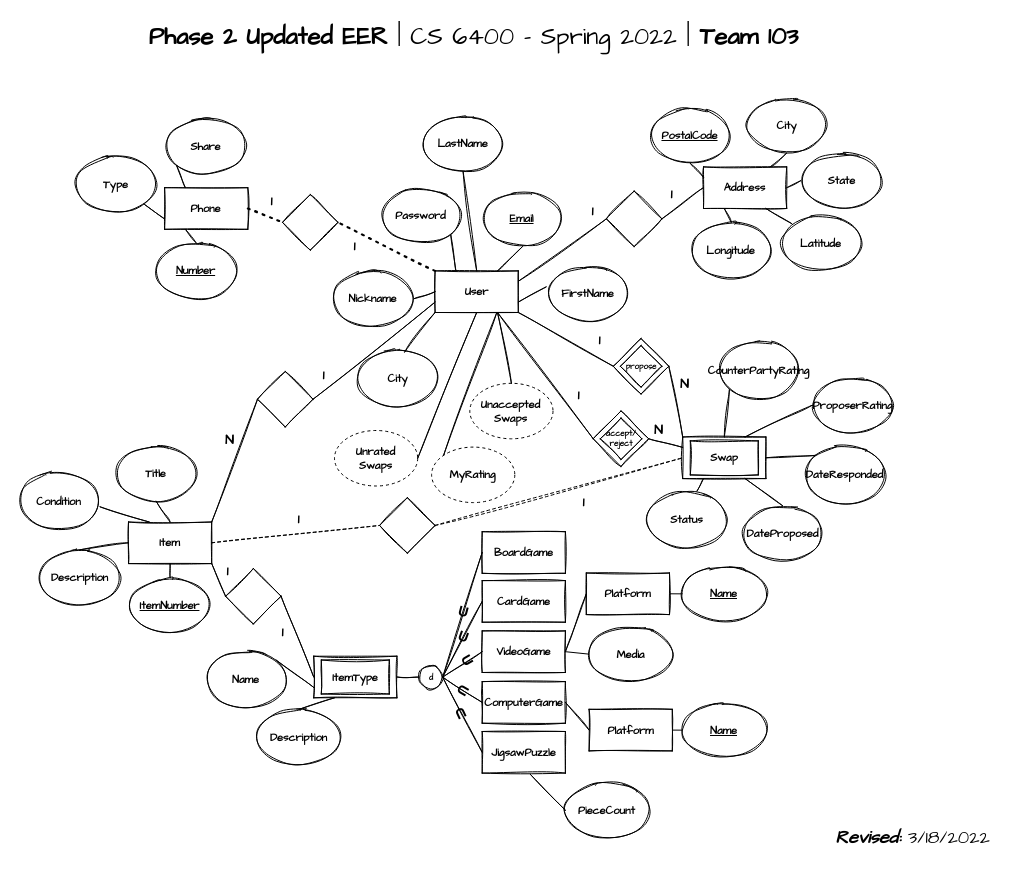
Earlier version of the draw.io diagram Drafts/Keith/team103_p2_updatedEER.drawio (keithdowd/cs6400-2022-01-Team103). Source tidied: cells renumbered, new cells numbered last; positions are measured from the earlier drawing's top-left corner, leaving out a move shared by most shapes. Both pictures are drawn from the tidied source at 100%, with x=0, y=0 at pixel (17, 17).
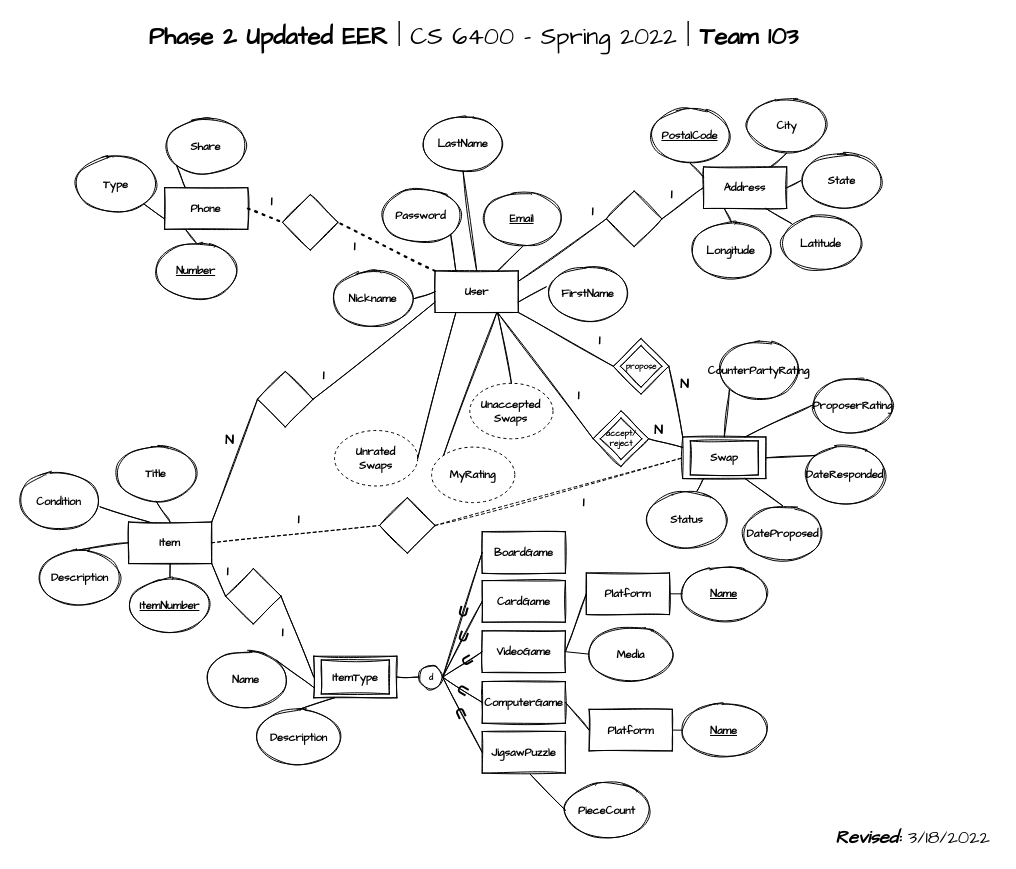
Above is the later version.

Commit message (it also covers changes not shown here):
Removed City field from User entity

Removed City field from User entity

Unchanged cells that the change refers to:
```xml
<mxCell id="4" value="&lt;font style=&quot;font-size: 11px;&quot;&gt;User&lt;/font&gt;" style="rounded=0;whiteSpace=wrap;html=1;fontFamily=Architects Daughter;fontSize=11;sketch=1;fontStyle=1;" parent="1" vertex="1">
  <mxGeometry x="417.6" y="253.4" width="83.2" height="41.6" as="geometry" />
</mxCell>
<mxCell id="93" value="Unrated&lt;br style=&quot;font-size: 11px;&quot;&gt;Swaps" style="ellipse;whiteSpace=wrap;html=1;rounded=0;labelBackgroundColor=none;sketch=0;fontFamily=Architects Daughter;fontSize=11;dashed=1;fontStyle=1;" parent="1" vertex="1">
  <mxGeometry x="317" y="413" width="83.2" height="55.5" as="geometry" />
</mxCell>
```

Change to the diagram source:
```diff
@@
-    <mxCell id="10" value="City" style="ellipse;whiteSpace=wrap;html=1;fontSize=11;rounded=0;fontFamily=Architects Daughter;sketch=1;fontStyle=1;" parent="1" vertex="1">
-      <mxGeometry x="338.7" y="333.2" width="83.2" height="55.5" as="geometry" />
-    </mxCell>
@@
-    <mxCell id="23" style="endArrow=none;html=1;rounded=0;fontFamily=Architects Daughter;fontSize=11;exitX=0.583;exitY=0.025;exitDx=0;exitDy=0;exitPerimeter=0;sketch=1;entryX=0;entryY=1;entryDx=0;entryDy=0;fontStyle=1;" parent="1" edge="1" source="10" target="4">
-      <mxGeometry relative="1" as="geometry" />
-    </mxCell>
@@
-    <mxCell id="95" style="endArrow=none;html=1;rounded=0;sketch=1;fontFamily=Architects Daughter;fontSize=11;entryX=0.5;entryY=1;entryDx=0;entryDy=0;exitX=1;exitY=0.5;exitDx=0;exitDy=0;fontStyle=1;" parent="1" edge="1" source="93" target="4">
+    <mxCell id="95" style="endArrow=none;html=1;rounded=0;sketch=1;fontFamily=Architects Daughter;fontSize=11;exitX=1;exitY=0.5;exitDx=0;exitDy=0;fontStyle=1;entryX=0.25;entryY=1;entryDx=0;entryDy=0;" parent="1" edge="1" source="93" target="4">
       <mxGeometry relative="1" as="geometry" />
     </mxCell>
```
